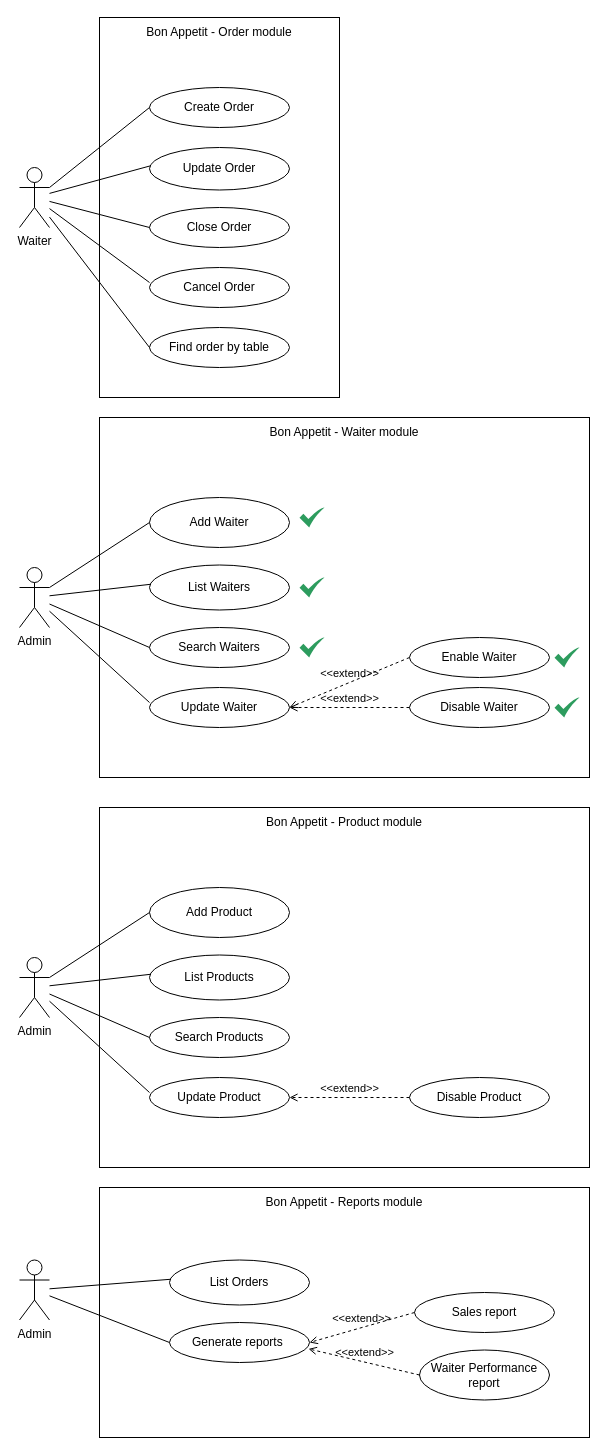
prezdev88/bon-appetit-backend keeps this draw.io diagram as .diagram/use-case-diagram.drawio. Above is the earlier version. Source tidied: cells renumbered, new cells numbered last; positions are measured from the earlier drawing's top-left corner, leaving out a move shared by most shapes. Both pictures are drawn from the tidied source at 100%, with x=0, y=0 at pixel (19, 17).
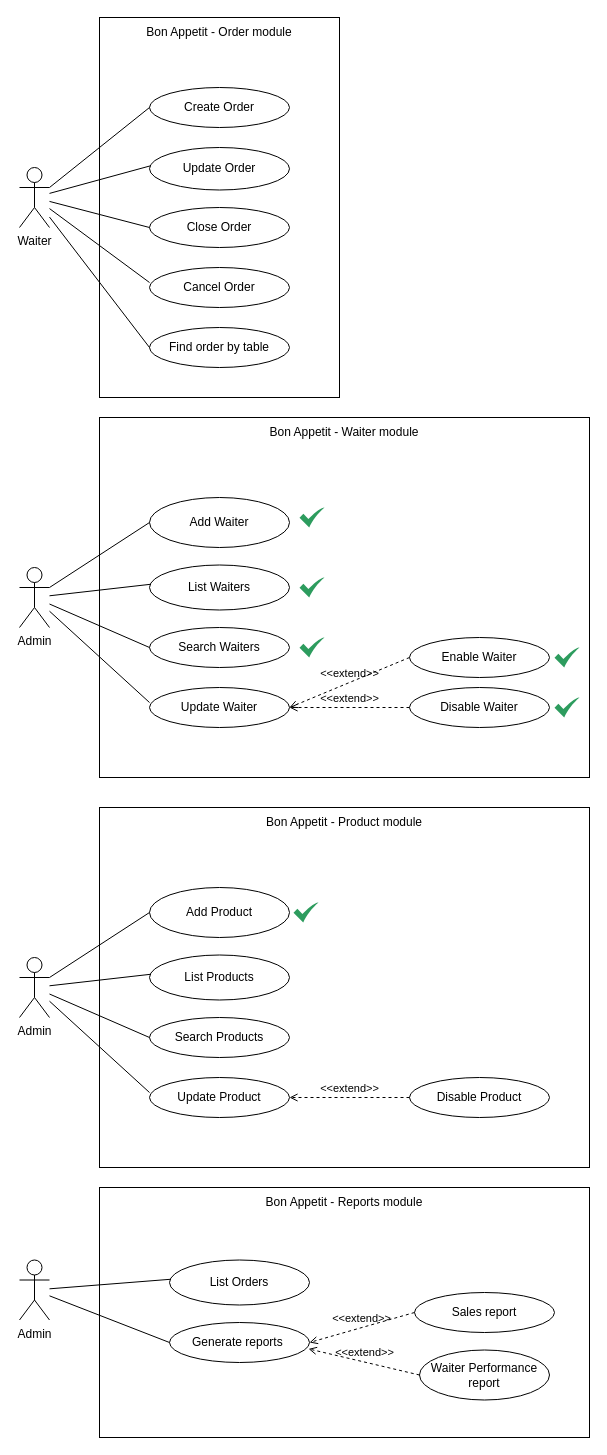
The same page after the edit.

Commit message (it also covers changes not shown here):
feat: update use case diagram and add product controller structure in notes

Change to the diagram source:
```diff
@@
+    <mxCell id="59" style="sketch=0;html=1;strokeColor=none;shadow=0;align=center;fillColor=#2D9C5E;verticalAlign=top;labelPosition=center;verticalLabelPosition=bottom;shape=mxgraph.gcp2.check;" parent="1" vertex="1">
+      <mxGeometry x="274" y="885" width="25" height="20" as="geometry" />
+    </mxCell>
```
